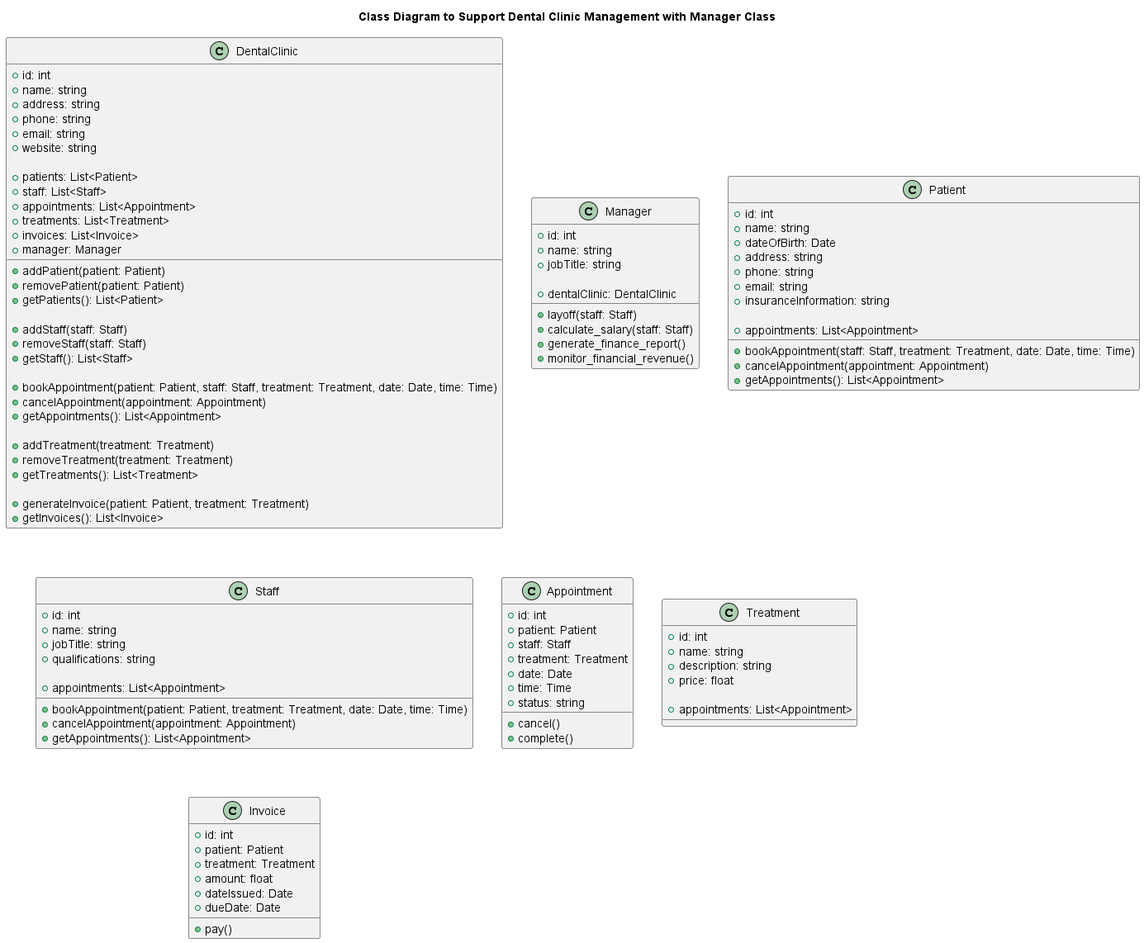
The PlantUML diagram Lab1.2/Class diagram/class diagram.png in baonehe/SE357-Pratice-class, before a commit. Its diagram source:
```plantuml
@startuml
title Class Diagram to Support Dental Clinic Management with Manager Class

class DentalClinic {
  + id: int
  + name: string
  + address: string
  + phone: string
  + email: string
  + website: string

  + patients: List<Patient>
  + staff: List<Staff>
  + appointments: List<Appointment>
  + treatments: List<Treatment>
  + invoices: List<Invoice>
  + manager: Manager

  + addPatient(patient: Patient)
  + removePatient(patient: Patient)
  + getPatients(): List<Patient>

  + addStaff(staff: Staff)
  + removeStaff(staff: Staff)
  + getStaff(): List<Staff>

  + bookAppointment(patient: Patient, staff: Staff, treatment: Treatment, date: Date, time: Time)
  + cancelAppointment(appointment: Appointment)
  + getAppointments(): List<Appointment>

  + addTreatment(treatment: Treatment)
  + removeTreatment(treatment: Treatment)
  + getTreatments(): List<Treatment>

  + generateInvoice(patient: Patient, treatment: Treatment)
  + getInvoices(): List<Invoice>
}

class Manager {
  + id: int
  + name: string
  + jobTitle: string

  + dentalClinic: DentalClinic

  + layoff(staff: Staff)
  + calculate_salary(staff: Staff)
  + generate_finance_report()
  + monitor_financial_revenue()
}

class Patient {
  + id: int
  + name: string
  + dateOfBirth: Date
  + address: string
  + phone: string
  + email: string
  + insuranceInformation: string

  + appointments: List<Appointment>

  + bookAppointment(staff: Staff, treatment: Treatment, date: Date, time: Time)
  + cancelAppointment(appointment: Appointment)
  + getAppointments(): List<Appointment>
}

class Staff {
  + id: int
  + name: string
  + jobTitle: string
  + qualifications: string

  + appointments: List<Appointment>

  + bookAppointment(patient: Patient, treatment: Treatment, date: Date, time: Time)
  + cancelAppointment(appointment: Appointment)
  + getAppointments(): List<Appointment>
}

class Appointment {
  + id: int
  + patient: Patient
  + staff: Staff
  + treatment: Treatment
  + date: Date
  + time: Time
  + status: string

  + cancel()
  + complete()
}

class Treatment {
  + id: int
  + name: string
  + description: string
  + price: float

  + appointments: List<Appointment>
}

class Invoice {
  + id: int
  + patient: Patient
  + treatment: Treatment
  + amount: float
  + dateIssued: Date
  + dueDate: Date

  + pay()
}

@enduml
```
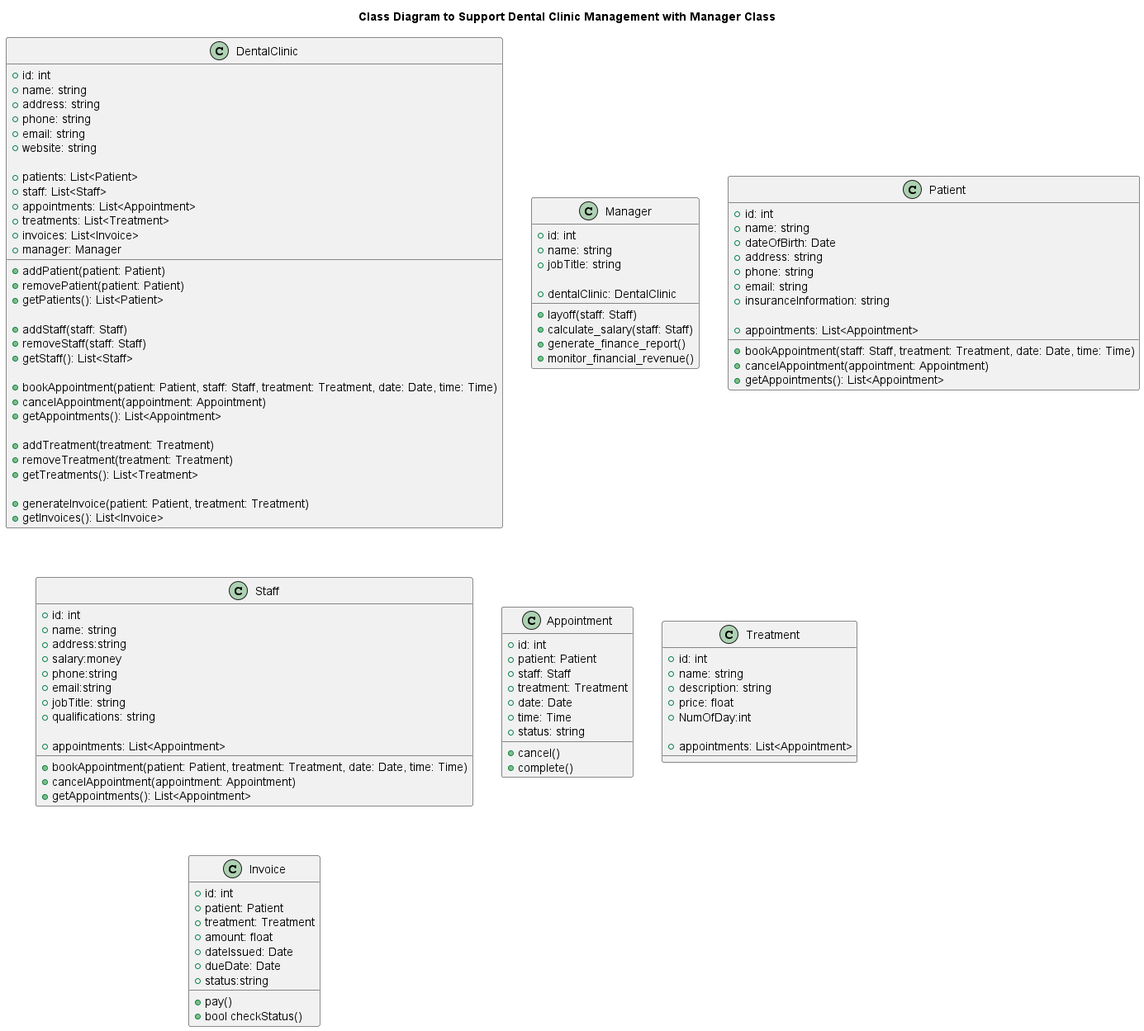
After the commit.

Commit message:
Update class diagram

Diff of the diagram source:
```diff
@@ -68,6 +68,10 @@
 class Staff {
   + id: int
   + name: string
+  +address:string
+  +salary:money
+  +phone:string
+  +email:string
   + jobTitle: string
   + qualifications: string
 
@@ -96,6 +100,7 @@
   + name: string
   + description: string
   + price: float
+  + NumOfDay:int
 
   + appointments: List<Appointment>
 }
@@ -107,8 +112,10 @@
   + amount: float
   + dateIssued: Date
   + dueDate: Date
+  + status:string
 
   + pay()
+  + bool checkStatus()
 }
 
 @enduml
```
